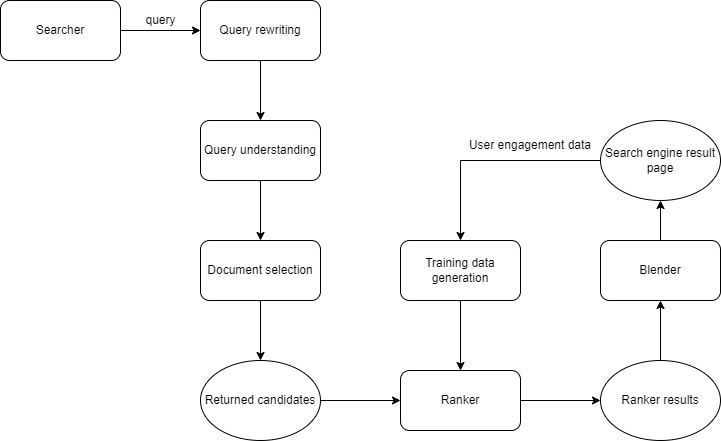
Before: img/system-design/google-search1.png, a diagram exported from draw.io (riehseun/riehseun.github.io). Source tidied: cells renumbered, new cells last; positions are measured from the earlier drawing's top-left corner, leaving out a move shared by most shapes. Source of this version:
```xml
<mxGraphModel>
  <root>
    <mxCell id="0" />
    <mxCell id="1" parent="0" />
    <mxCell id="2" style="edgeStyle=orthogonalEdgeStyle;rounded=0;jettySize=auto;html=1;exitX=1;exitY=0.5;exitDx=0;exitDy=0;entryX=0;entryY=0.5;entryDx=0;entryDy=0;" parent="1" edge="1" source="3" target="5">
      <mxGeometry relative="1" as="geometry" />
    </mxCell>
    <mxCell id="3" value="Searcher" style="rounded=1;whiteSpace=wrap;html=1;" parent="1" vertex="1">
      <mxGeometry width="120" height="60" as="geometry" />
    </mxCell>
    <mxCell id="4" style="edgeStyle=orthogonalEdgeStyle;rounded=0;jettySize=auto;html=1;exitX=0.5;exitY=1;exitDx=0;exitDy=0;entryX=0.5;entryY=0;entryDx=0;entryDy=0;" parent="1" edge="1" source="5" target="7">
      <mxGeometry relative="1" as="geometry" />
    </mxCell>
    <mxCell id="5" value="Query rewriting" style="rounded=1;whiteSpace=wrap;html=1;" parent="1" vertex="1">
      <mxGeometry x="200" width="120" height="60" as="geometry" />
    </mxCell>
    <mxCell id="6" style="edgeStyle=orthogonalEdgeStyle;rounded=0;jettySize=auto;html=1;exitX=0.5;exitY=1;exitDx=0;exitDy=0;entryX=0.5;entryY=0;entryDx=0;entryDy=0;" parent="1" edge="1" source="7" target="9">
      <mxGeometry relative="1" as="geometry" />
    </mxCell>
    <mxCell id="7" value="Query understanding" style="rounded=1;whiteSpace=wrap;html=1;" parent="1" vertex="1">
      <mxGeometry x="200" y="120" width="120" height="60" as="geometry" />
    </mxCell>
    <mxCell id="8" style="edgeStyle=orthogonalEdgeStyle;rounded=0;jettySize=auto;html=1;exitX=0.5;exitY=1;exitDx=0;exitDy=0;entryX=0.5;entryY=0;entryDx=0;entryDy=0;" parent="1" edge="1" source="9" target="15">
      <mxGeometry relative="1" as="geometry" />
    </mxCell>
    <mxCell id="9" value="Document selection" style="rounded=1;whiteSpace=wrap;html=1;" parent="1" vertex="1">
      <mxGeometry x="200" y="240" width="120" height="60" as="geometry" />
    </mxCell>
    <mxCell id="10" style="edgeStyle=orthogonalEdgeStyle;rounded=0;jettySize=auto;html=1;exitX=1;exitY=0.5;exitDx=0;exitDy=0;entryX=0;entryY=0.5;entryDx=0;entryDy=0;" parent="1" edge="1" source="11" target="17">
      <mxGeometry relative="1" as="geometry" />
    </mxCell>
    <mxCell id="11" value="Ranker" style="rounded=1;whiteSpace=wrap;html=1;" parent="1" vertex="1">
      <mxGeometry x="400" y="370" width="120" height="60" as="geometry" />
    </mxCell>
    <mxCell id="12" style="edgeStyle=orthogonalEdgeStyle;rounded=0;jettySize=auto;html=1;exitX=0.5;exitY=0;exitDx=0;exitDy=0;entryX=0.5;entryY=1;entryDx=0;entryDy=0;" parent="1" edge="1" source="13" target="21">
      <mxGeometry relative="1" as="geometry" />
    </mxCell>
    <mxCell id="13" value="Blender" style="rounded=1;whiteSpace=wrap;html=1;" parent="1" vertex="1">
      <mxGeometry x="600" y="240" width="120" height="60" as="geometry" />
    </mxCell>
    <mxCell id="14" style="edgeStyle=orthogonalEdgeStyle;rounded=0;jettySize=auto;html=1;exitX=1;exitY=0.5;exitDx=0;exitDy=0;entryX=0;entryY=0.5;entryDx=0;entryDy=0;" parent="1" edge="1" source="15" target="11">
      <mxGeometry relative="1" as="geometry" />
    </mxCell>
    <mxCell id="15" value="Returned candidates" style="ellipse;whiteSpace=wrap;html=1;" parent="1" vertex="1">
      <mxGeometry x="200" y="360" width="120" height="80" as="geometry" />
    </mxCell>
    <mxCell id="16" style="edgeStyle=orthogonalEdgeStyle;rounded=0;jettySize=auto;html=1;exitX=0.5;exitY=0;exitDx=0;exitDy=0;entryX=0.5;entryY=1;entryDx=0;entryDy=0;" parent="1" edge="1" source="17" target="13">
      <mxGeometry relative="1" as="geometry" />
    </mxCell>
    <mxCell id="17" value="Ranker results" style="ellipse;whiteSpace=wrap;html=1;" parent="1" vertex="1">
      <mxGeometry x="600" y="360" width="120" height="80" as="geometry" />
    </mxCell>
    <mxCell id="18" style="edgeStyle=orthogonalEdgeStyle;rounded=0;jettySize=auto;html=1;exitX=0.5;exitY=1;exitDx=0;exitDy=0;entryX=0.5;entryY=0;entryDx=0;entryDy=0;" parent="1" edge="1" source="19" target="11">
      <mxGeometry relative="1" as="geometry" />
    </mxCell>
    <mxCell id="19" value="Training data generation" style="rounded=1;whiteSpace=wrap;html=1;" parent="1" vertex="1">
      <mxGeometry x="400" y="240" width="120" height="60" as="geometry" />
    </mxCell>
    <mxCell id="20" style="edgeStyle=orthogonalEdgeStyle;rounded=0;jettySize=auto;html=1;exitX=0;exitY=0.5;exitDx=0;exitDy=0;entryX=0.5;entryY=0;entryDx=0;entryDy=0;" parent="1" edge="1" source="21" target="19">
      <mxGeometry relative="1" as="geometry" />
    </mxCell>
    <mxCell id="21" value="Search engine result page" style="ellipse;whiteSpace=wrap;html=1;" parent="1" vertex="1">
      <mxGeometry x="600" y="120" width="120" height="80" as="geometry" />
    </mxCell>
    <mxCell id="22" value="query" style="text;html=1;align=center;verticalAlign=middle;strokeColor=none;fillColor=none;" parent="1" vertex="1">
      <mxGeometry x="135" y="5" width="50" height="30" as="geometry" />
    </mxCell>
    <mxCell id="23" value="User engagement data" style="text;html=1;strokeColor=none;fillColor=none;align=center;verticalAlign=middle;whiteSpace=wrap;rounded=0;" parent="1" vertex="1">
      <mxGeometry x="460" y="130" width="140" height="30" as="geometry" />
    </mxCell>
  </root>
</mxGraphModel>
```
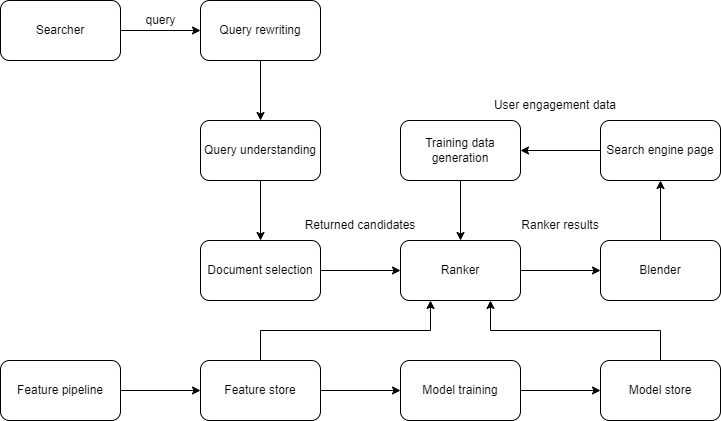
Later version of the same file.

Diff of the diagram source:
```diff
@@ -20,53 +20,74 @@
     <mxCell id="7" value="Query understanding" style="rounded=1;whiteSpace=wrap;html=1;" parent="1" vertex="1">
       <mxGeometry x="200" y="120" width="120" height="60" as="geometry" />
     </mxCell>
-    <mxCell id="8" style="edgeStyle=orthogonalEdgeStyle;rounded=0;jettySize=auto;html=1;exitX=0.5;exitY=1;exitDx=0;exitDy=0;entryX=0.5;entryY=0;entryDx=0;entryDy=0;" parent="1" edge="1" source="9" target="15">
-      <mxGeometry relative="1" as="geometry" />
-    </mxCell>
+    <mxCell id="24" style="edgeStyle=orthogonalEdgeStyle;rounded=0;jettySize=auto;html=1;exitX=1;exitY=0.5;exitDx=0;exitDy=0;entryX=0;entryY=0.5;entryDx=0;entryDy=0;" parent="1" edge="1" source="9" target="11">
+      <mxGeometry relative="1" as="geometry" />
+    </mxCell>
     <mxCell id="9" value="Document selection" style="rounded=1;whiteSpace=wrap;html=1;" parent="1" vertex="1">
       <mxGeometry x="200" y="240" width="120" height="60" as="geometry" />
     </mxCell>
-    <mxCell id="10" style="edgeStyle=orthogonalEdgeStyle;rounded=0;jettySize=auto;html=1;exitX=1;exitY=0.5;exitDx=0;exitDy=0;entryX=0;entryY=0.5;entryDx=0;entryDy=0;" parent="1" edge="1" source="11" target="17">
-      <mxGeometry relative="1" as="geometry" />
-    </mxCell>
+    <mxCell id="25" style="edgeStyle=orthogonalEdgeStyle;rounded=0;jettySize=auto;html=1;exitX=1;exitY=0.5;exitDx=0;exitDy=0;entryX=0;entryY=0.5;entryDx=0;entryDy=0;" parent="1" edge="1" source="11" target="13">
+      <mxGeometry relative="1" as="geometry" />
+    </mxCell>
     <mxCell id="11" value="Ranker" style="rounded=1;whiteSpace=wrap;html=1;" parent="1" vertex="1">
-      <mxGeometry x="400" y="370" width="120" height="60" as="geometry" />
+      <mxGeometry x="400" y="240" width="120" height="60" as="geometry" />
     </mxCell>
-    <mxCell id="12" style="edgeStyle=orthogonalEdgeStyle;rounded=0;jettySize=auto;html=1;exitX=0.5;exitY=0;exitDx=0;exitDy=0;entryX=0.5;entryY=1;entryDx=0;entryDy=0;" parent="1" edge="1" source="13" target="21">
-      <mxGeometry relative="1" as="geometry" />
-    </mxCell>
+    <mxCell id="26" style="edgeStyle=orthogonalEdgeStyle;rounded=0;jettySize=auto;html=1;exitX=0.5;exitY=0;exitDx=0;exitDy=0;entryX=0.5;entryY=1;entryDx=0;entryDy=0;" parent="1" edge="1" source="13" target="28">
+      <mxGeometry relative="1" as="geometry" />
+    </mxCell>
     <mxCell id="13" value="Blender" style="rounded=1;whiteSpace=wrap;html=1;" parent="1" vertex="1">
       <mxGeometry x="600" y="240" width="120" height="60" as="geometry" />
     </mxCell>
-    <mxCell id="14" style="edgeStyle=orthogonalEdgeStyle;rounded=0;jettySize=auto;html=1;exitX=1;exitY=0.5;exitDx=0;exitDy=0;entryX=0;entryY=0.5;entryDx=0;entryDy=0;" parent="1" edge="1" source="15" target="11">
-      <mxGeometry relative="1" as="geometry" />
-    </mxCell>
-    <mxCell id="15" value="Returned candidates" style="ellipse;whiteSpace=wrap;html=1;" parent="1" vertex="1">
-      <mxGeometry x="200" y="360" width="120" height="80" as="geometry" />
-    </mxCell>
-    <mxCell id="16" style="edgeStyle=orthogonalEdgeStyle;rounded=0;jettySize=auto;html=1;exitX=0.5;exitY=0;exitDx=0;exitDy=0;entryX=0.5;entryY=1;entryDx=0;entryDy=0;" parent="1" edge="1" source="17" target="13">
-      <mxGeometry relative="1" as="geometry" />
-    </mxCell>
-    <mxCell id="17" value="Ranker results" style="ellipse;whiteSpace=wrap;html=1;" parent="1" vertex="1">
-      <mxGeometry x="600" y="360" width="120" height="80" as="geometry" />
-    </mxCell>
     <mxCell id="18" style="edgeStyle=orthogonalEdgeStyle;rounded=0;jettySize=auto;html=1;exitX=0.5;exitY=1;exitDx=0;exitDy=0;entryX=0.5;entryY=0;entryDx=0;entryDy=0;" parent="1" edge="1" source="19" target="11">
       <mxGeometry relative="1" as="geometry" />
     </mxCell>
     <mxCell id="19" value="Training data generation" style="rounded=1;whiteSpace=wrap;html=1;" parent="1" vertex="1">
-      <mxGeometry x="400" y="240" width="120" height="60" as="geometry" />
+      <mxGeometry x="400" y="120" width="120" height="60" as="geometry" />
     </mxCell>
-    <mxCell id="20" style="edgeStyle=orthogonalEdgeStyle;rounded=0;jettySize=auto;html=1;exitX=0;exitY=0.5;exitDx=0;exitDy=0;entryX=0.5;entryY=0;entryDx=0;entryDy=0;" parent="1" edge="1" source="21" target="19">
-      <mxGeometry relative="1" as="geometry" />
-    </mxCell>
-    <mxCell id="21" value="Search engine result page" style="ellipse;whiteSpace=wrap;html=1;" parent="1" vertex="1">
-      <mxGeometry x="600" y="120" width="120" height="80" as="geometry" />
-    </mxCell>
     <mxCell id="22" value="query" style="text;html=1;align=center;verticalAlign=middle;strokeColor=none;fillColor=none;" parent="1" vertex="1">
       <mxGeometry x="135" y="5" width="50" height="30" as="geometry" />
     </mxCell>
     <mxCell id="23" value="User engagement data" style="text;html=1;strokeColor=none;fillColor=none;align=center;verticalAlign=middle;whiteSpace=wrap;rounded=0;" parent="1" vertex="1">
-      <mxGeometry x="460" y="130" width="140" height="30" as="geometry" />
+      <mxGeometry x="485" y="90" width="140" height="30" as="geometry" />
     </mxCell>
+    <mxCell id="27" style="edgeStyle=orthogonalEdgeStyle;rounded=0;jettySize=auto;html=1;exitX=0;exitY=0.5;exitDx=0;exitDy=0;entryX=1;entryY=0.5;entryDx=0;entryDy=0;" parent="1" edge="1" source="28" target="19">
+      <mxGeometry relative="1" as="geometry" />
+    </mxCell>
+    <mxCell id="28" value="Search engine page" style="rounded=1;whiteSpace=wrap;html=1;" parent="1" vertex="1">
+      <mxGeometry x="600" y="120" width="120" height="60" as="geometry" />
+    </mxCell>
+    <mxCell id="15" value="Returned candidates" style="text;html=1;strokeColor=none;fillColor=none;align=center;verticalAlign=middle;whiteSpace=wrap;rounded=0;" parent="1" vertex="1">
+      <mxGeometry x="300" y="210" width="120" height="30" as="geometry" />
+    </mxCell>
+    <mxCell id="17" value="Ranker results" style="text;html=1;strokeColor=none;fillColor=none;align=center;verticalAlign=middle;whiteSpace=wrap;rounded=0;" parent="1" vertex="1">
+      <mxGeometry x="520" y="210" width="80" height="30" as="geometry" />
+    </mxCell>
+    <mxCell id="29" style="edgeStyle=orthogonalEdgeStyle;rounded=0;jettySize=auto;html=1;exitX=0.5;exitY=0;exitDx=0;exitDy=0;entryX=0.25;entryY=1;entryDx=0;entryDy=0;" parent="1" edge="1" source="31" target="11">
+      <mxGeometry relative="1" as="geometry" />
+    </mxCell>
+    <mxCell id="30" style="edgeStyle=orthogonalEdgeStyle;rounded=0;jettySize=auto;html=1;exitX=1;exitY=0.5;exitDx=0;exitDy=0;entryX=0;entryY=0.5;entryDx=0;entryDy=0;" parent="1" edge="1" source="31" target="35">
+      <mxGeometry relative="1" as="geometry" />
+    </mxCell>
+    <mxCell id="31" value="Feature store" style="rounded=1;whiteSpace=wrap;html=1;" parent="1" vertex="1">
+      <mxGeometry x="200" y="360" width="120" height="60" as="geometry" />
+    </mxCell>
+    <mxCell id="32" style="edgeStyle=orthogonalEdgeStyle;rounded=0;jettySize=auto;html=1;exitX=1;exitY=0.5;exitDx=0;exitDy=0;entryX=0;entryY=0.5;entryDx=0;entryDy=0;" parent="1" edge="1" source="33" target="31">
+      <mxGeometry relative="1" as="geometry" />
+    </mxCell>
+    <mxCell id="33" value="Feature pipeline" style="rounded=1;whiteSpace=wrap;html=1;" parent="1" vertex="1">
+      <mxGeometry y="360" width="120" height="60" as="geometry" />
+    </mxCell>
+    <mxCell id="34" style="edgeStyle=orthogonalEdgeStyle;rounded=0;jettySize=auto;html=1;exitX=1;exitY=0.5;exitDx=0;exitDy=0;entryX=0;entryY=0.5;entryDx=0;entryDy=0;" parent="1" edge="1" source="35" target="37">
+      <mxGeometry relative="1" as="geometry" />
+    </mxCell>
+    <mxCell id="35" value="Model training" style="rounded=1;whiteSpace=wrap;html=1;" parent="1" vertex="1">
+      <mxGeometry x="400" y="360" width="120" height="60" as="geometry" />
+    </mxCell>
+    <mxCell id="36" style="edgeStyle=orthogonalEdgeStyle;rounded=0;jettySize=auto;html=1;exitX=0.5;exitY=0;exitDx=0;exitDy=0;entryX=0.75;entryY=1;entryDx=0;entryDy=0;" parent="1" edge="1" source="37" target="11">
+      <mxGeometry relative="1" as="geometry" />
+    </mxCell>
+    <mxCell id="37" value="Model store" style="rounded=1;whiteSpace=wrap;html=1;" parent="1" vertex="1">
+      <mxGeometry x="600" y="360" width="120" height="60" as="geometry" />
+    </mxCell>
   </root>
 </mxGraphModel>
```
